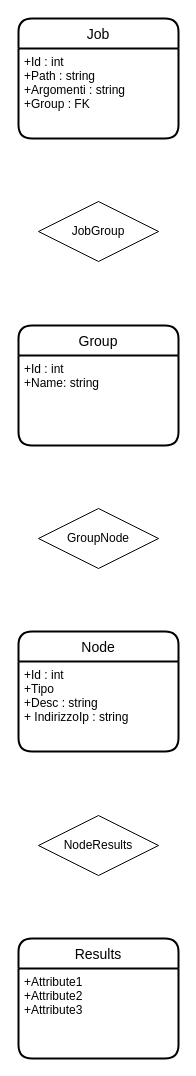
Before: Docs/ER.drawio in ofalcone/JobScheduler, a draw.io diagram. Source tidied: cells renumbered, new cells numbered last; positions are measured from the earlier drawing's top-left corner, leaving out a move shared by most shapes. Both pictures are drawn from the tidied source at 100%, with x=0, y=0 at pixel (18, 18).
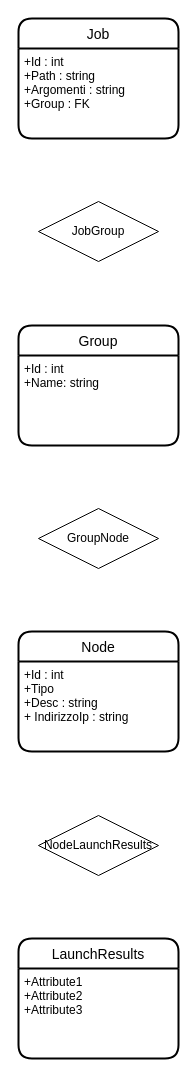
The same page after the edit.

Diff of the diagram source:
```diff
@@
 <mxGraphModel>
   <root>
     <mxCell id="0" />
     <mxCell id="1" parent="0" />
     <mxCell id="2" value="JobGroup" style="shape=rhombus;perimeter=rhombusPerimeter;whiteSpace=wrap;html=1;align=center;" parent="1" vertex="1">
       <mxGeometry x="20" y="183" width="120" height="60" as="geometry" />
     </mxCell>
     <mxCell id="3" value="GroupNode" style="shape=rhombus;perimeter=rhombusPerimeter;whiteSpace=wrap;html=1;align=center;" parent="1" vertex="1">
       <mxGeometry x="20" y="490" width="120" height="60" as="geometry" />
     </mxCell>
-    <mxCell id="4" value="NodeResults" style="shape=rhombus;perimeter=rhombusPerimeter;whiteSpace=wrap;html=1;align=center;" parent="1" vertex="1">
+    <mxCell id="4" value="NodeLaunchResults" style="shape=rhombus;perimeter=rhombusPerimeter;whiteSpace=wrap;html=1;align=center;" parent="1" vertex="1">
       <mxGeometry x="20" y="797" width="120" height="60" as="geometry" />
     </mxCell>
     <mxCell id="5" value="Job" style="swimlane;horizontal=1;startSize=30;rounded=1;fontSize=14;fontStyle=0;strokeWidth=2;shadow=0;dashed=0;align=center;" parent="1" vertex="1">
       <mxGeometry width="160" height="120" as="geometry" />
     </mxCell>
     <mxCell id="6" value="+Id : int&#10;+Path : string&#10;+Argomenti : string&#10;+Group : FK" style="align=left;strokeColor=none;fillColor=none;spacingLeft=4;fontSize=12;verticalAlign=top;" parent="5" vertex="1">
       <mxGeometry y="30" width="160" height="90" as="geometry" />
     </mxCell>
-    <mxCell id="7" value="Results" style="swimlane;horizontal=1;startSize=30;rounded=1;fontSize=14;fontStyle=0;strokeWidth=2;shadow=0;dashed=0;align=center;" parent="1" vertex="1">
+    <mxCell id="7" value="LaunchResults" style="swimlane;horizontal=1;startSize=30;rounded=1;fontSize=14;fontStyle=0;strokeWidth=2;shadow=0;dashed=0;align=center;" parent="1" vertex="1">
       <mxGeometry y="920" width="160" height="120" as="geometry" />
     </mxCell>
     <mxCell id="8" value="+Attribute1&#10;+Attribute2&#10;+Attribute3" style="align=left;strokeColor=none;fillColor=none;spacingLeft=4;fontSize=12;verticalAlign=top;" parent="7" vertex="1">
       <mxGeometry y="30" width="160" height="90" as="geometry" />
     </mxCell>
     <mxCell id="9" value="Group" style="swimlane;horizontal=1;startSize=30;rounded=1;fontSize=14;fontStyle=0;strokeWidth=2;shadow=0;dashed=0;align=center;" parent="1" vertex="1">
       <mxGeometry y="307" width="160" height="120" as="geometry" />
     </mxCell>
     <mxCell id="10" value="+Id : int&#10;+Name: string&#10;" style="align=left;strokeColor=none;fillColor=none;spacingLeft=4;fontSize=12;verticalAlign=top;" parent="9" vertex="1">
       <mxGeometry y="30" width="160" height="90" as="geometry" />
     </mxCell>
     <mxCell id="11" value="Node" style="swimlane;horizontal=1;startSize=30;rounded=1;fontSize=14;fontStyle=0;strokeWidth=2;shadow=0;dashed=0;align=center;" parent="1" vertex="1">
       <mxGeometry y="613" width="160" height="120" as="geometry" />
     </mxCell>
     <mxCell id="12" value="+Id : int&#10;+Tipo&#10;+Desc : string&#10;+ IndirizzoIp : string" style="align=left;strokeColor=none;fillColor=none;spacingLeft=4;fontSize=12;verticalAlign=top;" parent="11" vertex="1">
       <mxGeometry y="30" width="160" height="90" as="geometry" />
     </mxCell>
   </root>
 </mxGraphModel>
```
